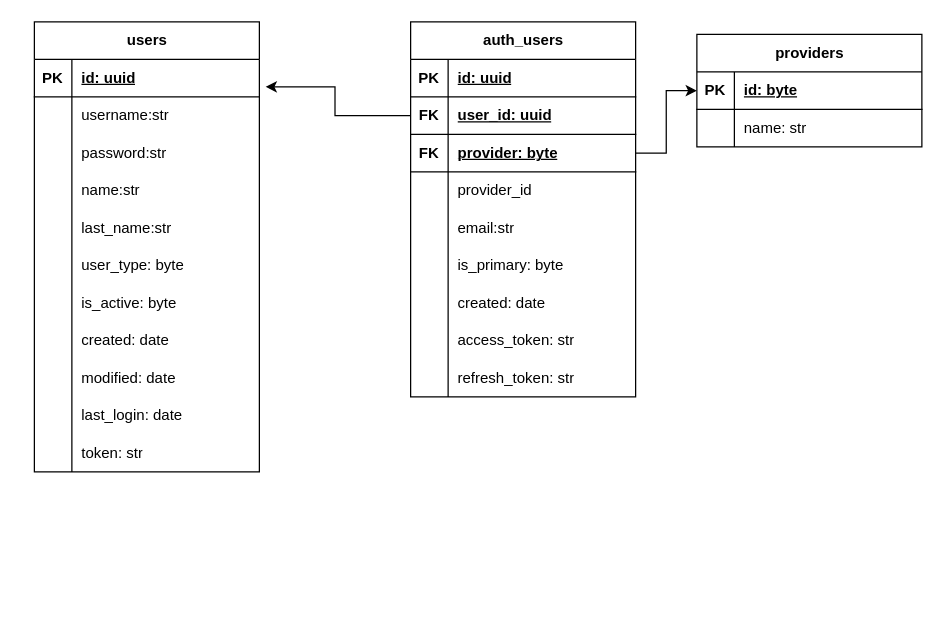
11chuchu11/automail keeps this draw.io diagram as src/schemas/Diagrama sin título.drawio. Above is the earlier version. Source tidied: cells renumbered, new cells numbered last; positions are measured from the earlier drawing's top-left corner, leaving out a move shared by most shapes. Both pictures are drawn from the tidied source at 125%, with x=0, y=0 at pixel (34, 21).
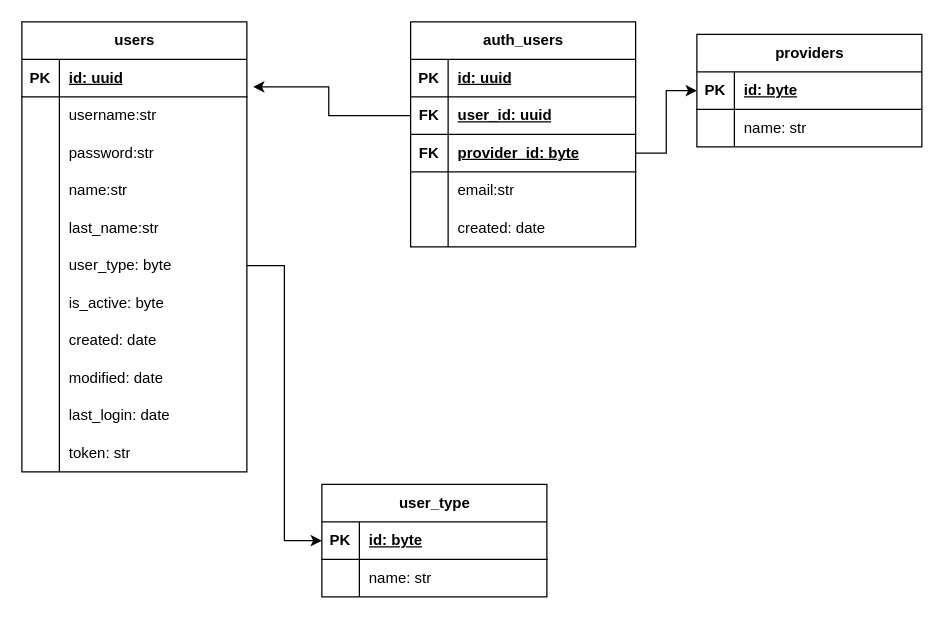
Above is the later version.

Commit message:
schema bbdd

The change refers to these unchanged cells:
```xml
<mxCell id="18" style="shape=tableRow;horizontal=0;startSize=0;swimlaneHead=0;swimlaneBody=0;fillColor=none;points=[[0,0.5],[1,0.5]];portConstraint=eastwest;top=0;left=0;right=0;bottom=0;" parent="2" vertex="1">
  <mxGeometry y="180" width="180" height="30" as="geometry" />
</mxCell>
<mxCell id="43" style="shape=tableRow;horizontal=0;startSize=0;swimlaneHead=0;swimlaneBody=0;fillColor=none;points=[[0,0.5],[1,0.5]];portConstraint=eastwest;top=0;left=0;right=0;bottom=1;" parent="36" vertex="1">
  <mxGeometry y="90" width="180" height="30" as="geometry" />
</mxCell>
```

The edit, as a diff of the source:
```diff
@@
+    <mxCell id="73" style="edgeStyle=orthogonalEdgeStyle;rounded=0;jettySize=auto;html=1;entryX=0;entryY=0.5;entryDx=0;entryDy=0;exitX=1;exitY=0.5;exitDx=0;exitDy=0;" parent="1" edge="1" source="18" target="75">
+      <mxGeometry relative="1" as="geometry" />
+    </mxCell>
     <mxCell id="2" value="users" style="shape=table;startSize=30;childLayout=tableLayout;rowLines=0;fontStyle=1;align=center;html=1;" parent="1" vertex="1">
-      <mxGeometry width="180" height="360" as="geometry" />
+      <mxGeometry x="-10" width="180" height="360" as="geometry" />
     </mxCell>
@@
     <mxCell id="36" value="auth_users" style="shape=table;startSize=30;childLayout=tableLayout;rowLines=0;fontStyle=1;align=center;html=1;" parent="1" vertex="1">
-      <mxGeometry x="301" width="180" height="300" as="geometry" />
+      <mxGeometry x="301" width="180" height="180" as="geometry" />
     </mxCell>
@@
-    <mxCell id="45" value="provider: byte" style="shape=partialRectangle;fillColor=none;top=0;left=0;bottom=0;right=0;align=left;spacingLeft=6;fontStyle=5;overflow=hidden;whiteSpace=wrap;html=1;" parent="43" vertex="1">
+    <mxCell id="45" value="provider_id: byte" style="shape=partialRectangle;fillColor=none;top=0;left=0;bottom=0;right=0;align=left;spacingLeft=6;fontStyle=5;overflow=hidden;whiteSpace=wrap;html=1;" parent="43" vertex="1">
       <mxGeometry x="30" width="150" height="30" as="geometry" />
     </mxCell>
-    <mxCell id="46" style="shape=tableRow;horizontal=0;startSize=0;swimlaneHead=0;swimlaneBody=0;fillColor=none;top=0;left=0;right=0;bottom=0;" parent="36" vertex="1">
-      <mxGeometry y="120" width="180" height="30" as="geometry" />
-    </mxCell>
-    <mxCell id="47" style="shape=partialRectangle;fillColor=none;top=0;left=0;bottom=0;right=0;overflow=hidden;whiteSpace=wrap;html=1;" parent="46" vertex="1">
-      <mxGeometry width="30" height="30" as="geometry" />
-    </mxCell>
-    <mxCell id="48" value="provider_id" style="shape=partialRectangle;fillColor=none;top=0;left=0;bottom=0;right=0;align=left;spacingLeft=6;overflow=hidden;whiteSpace=wrap;html=1;" parent="46" vertex="1">
-      <mxGeometry x="30" width="150" height="30" as="geometry" />
-    </mxCell>
     <mxCell id="49" style="shape=tableRow;horizontal=0;startSize=0;swimlaneHead=0;swimlaneBody=0;fillColor=none;top=0;left=0;right=0;bottom=0;" parent="36" vertex="1">
-      <mxGeometry y="150" width="180" height="30" as="geometry" />
+      <mxGeometry y="120" width="180" height="30" as="geometry" />
     </mxCell>
@@
-    <mxCell id="52" style="shape=tableRow;horizontal=0;startSize=0;swimlaneHead=0;swimlaneBody=0;fillColor=none;top=0;left=0;right=0;bottom=0;" parent="36" vertex="1">
-      <mxGeometry y="180" width="180" height="30" as="geometry" />
-    </mxCell>
-    <mxCell id="53" style="shape=partialRectangle;fillColor=none;top=0;left=0;bottom=0;right=0;overflow=hidden;whiteSpace=wrap;html=1;" parent="52" vertex="1">
-      <mxGeometry width="30" height="30" as="geometry" />
-    </mxCell>
-    <mxCell id="54" value="is_primary: byte" style="shape=partialRectangle;fillColor=none;top=0;left=0;bottom=0;right=0;align=left;spacingLeft=6;overflow=hidden;whiteSpace=wrap;html=1;" parent="52" vertex="1">
-      <mxGeometry x="30" width="150" height="30" as="geometry" />
-    </mxCell>
     <mxCell id="55" style="shape=tableRow;horizontal=0;startSize=0;swimlaneHead=0;swimlaneBody=0;fillColor=none;top=0;left=0;right=0;bottom=0;" parent="36" vertex="1">
-      <mxGeometry y="210" width="180" height="30" as="geometry" />
+      <mxGeometry y="150" width="180" height="30" as="geometry" />
     </mxCell>
@@
-    <mxCell id="58" style="shape=tableRow;horizontal=0;startSize=0;swimlaneHead=0;swimlaneBody=0;fillColor=none;top=0;left=0;right=0;bottom=0;" parent="36" vertex="1">
-      <mxGeometry y="240" width="180" height="30" as="geometry" />
-    </mxCell>
-    <mxCell id="59" style="shape=partialRectangle;fillColor=none;top=0;left=0;bottom=0;right=0;overflow=hidden;whiteSpace=wrap;html=1;" parent="58" vertex="1">
-      <mxGeometry width="30" height="30" as="geometry" />
-    </mxCell>
-    <mxCell id="60" value="access_token: str" style="shape=partialRectangle;fillColor=none;top=0;left=0;bottom=0;right=0;align=left;spacingLeft=6;overflow=hidden;whiteSpace=wrap;html=1;" parent="58" vertex="1">
-      <mxGeometry x="30" width="150" height="30" as="geometry" />
-    </mxCell>
-    <mxCell id="61" style="shape=tableRow;horizontal=0;startSize=0;swimlaneHead=0;swimlaneBody=0;fillColor=none;top=0;left=0;right=0;bottom=0;" parent="36" vertex="1">
-      <mxGeometry y="270" width="180" height="30" as="geometry" />
-    </mxCell>
-    <mxCell id="62" style="shape=partialRectangle;fillColor=none;top=0;left=0;bottom=0;right=0;overflow=hidden;whiteSpace=wrap;html=1;" parent="61" vertex="1">
-      <mxGeometry width="30" height="30" as="geometry" />
-    </mxCell>
-    <mxCell id="63" value="refresh_token: str" style="shape=partialRectangle;fillColor=none;top=0;left=0;bottom=0;right=0;align=left;spacingLeft=6;overflow=hidden;whiteSpace=wrap;html=1;" parent="61" vertex="1">
-      <mxGeometry x="30" width="150" height="30" as="geometry" />
-    </mxCell>
@@
+    <mxCell id="74" value="user_type" style="shape=table;startSize=30;childLayout=tableLayout;rowLines=0;fontStyle=1;align=center;html=1;" parent="1" vertex="1">
+      <mxGeometry x="230" y="370" width="180" height="90" as="geometry" />
+    </mxCell>
+    <mxCell id="75" style="shape=tableRow;horizontal=0;startSize=0;swimlaneHead=0;swimlaneBody=0;fillColor=none;points=[[0,0.5],[1,0.5]];portConstraint=eastwest;top=0;left=0;right=0;bottom=1;" parent="74" vertex="1">
+      <mxGeometry y="30" width="180" height="30" as="geometry" />
+    </mxCell>
+    <mxCell id="76" value="PK" style="shape=partialRectangle;fillColor=none;top=0;left=0;bottom=0;right=0;fontStyle=1;overflow=hidden;whiteSpace=wrap;html=1;" parent="75" vertex="1">
+      <mxGeometry width="30" height="30" as="geometry" />
+    </mxCell>
+    <mxCell id="77" value="id: byte" style="shape=partialRectangle;fillColor=none;top=0;left=0;bottom=0;right=0;align=left;spacingLeft=6;fontStyle=5;overflow=hidden;whiteSpace=wrap;html=1;" parent="75" vertex="1">
+      <mxGeometry x="30" width="150" height="30" as="geometry" />
+    </mxCell>
+    <mxCell id="78" style="shape=tableRow;horizontal=0;startSize=0;swimlaneHead=0;swimlaneBody=0;fillColor=none;top=0;left=0;right=0;bottom=0;" parent="74" vertex="1">
+      <mxGeometry y="60" width="180" height="30" as="geometry" />
+    </mxCell>
+    <mxCell id="79" style="shape=partialRectangle;fillColor=none;top=0;left=0;bottom=0;right=0;overflow=hidden;whiteSpace=wrap;html=1;" parent="78" vertex="1">
+      <mxGeometry width="30" height="30" as="geometry" />
+    </mxCell>
+    <mxCell id="80" value="name: str" style="shape=partialRectangle;fillColor=none;top=0;left=0;bottom=0;right=0;align=left;spacingLeft=6;overflow=hidden;whiteSpace=wrap;html=1;" parent="78" vertex="1">
+      <mxGeometry x="30" width="150" height="30" as="geometry" />
+    </mxCell>
```
